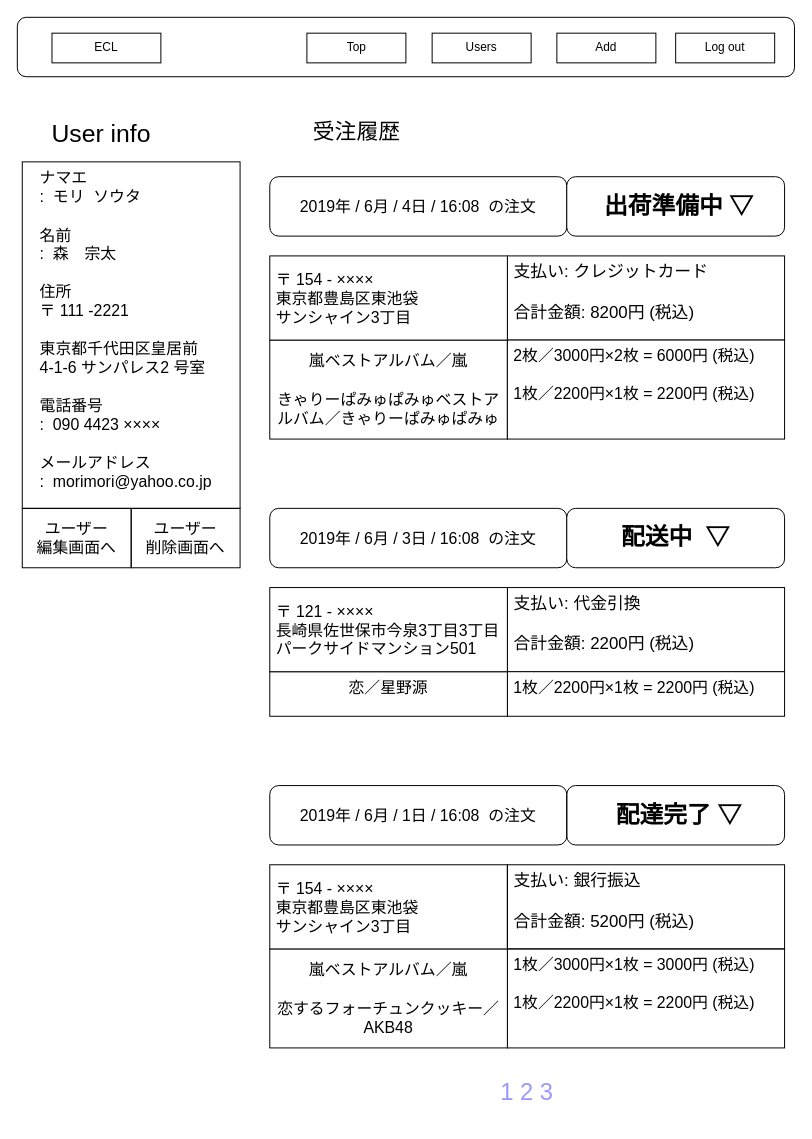
Earlier version of the draw.io diagram ワイヤーフレーム/admin/admin_user_detail.drawio (ecl11/ECL). Source tidied: cells renumbered, new cells numbered last; positions are measured from the earlier drawing's top-left corner, leaving out a move shared by most shapes. Both pictures are drawn from the tidied source at 99%, with x=0, y=0 at pixel (17, 17).
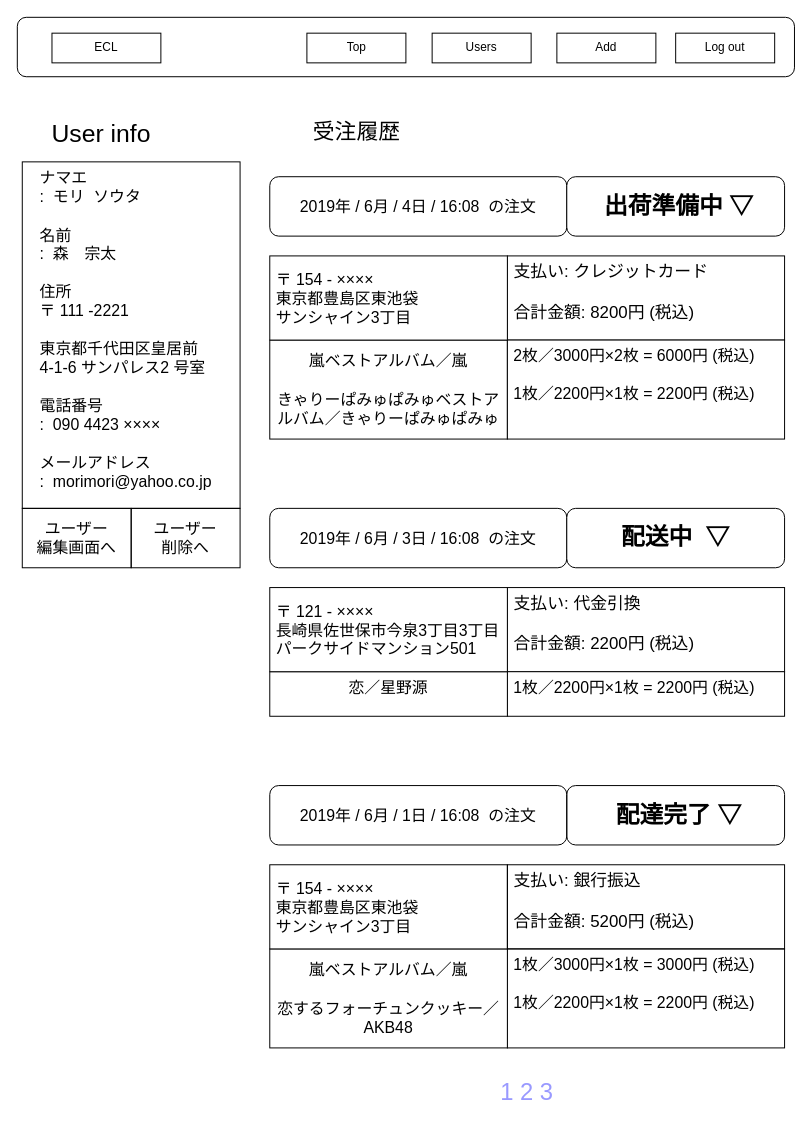
The same page after the edit.

Change to the diagram source:
```diff
@@
-    <mxCell id="17" value="ユーザー&lt;br&gt;削除画面へ&lt;br&gt;" style="rounded=0;whiteSpace=wrap;html=1;strokeColor=#000000;fillColor=none;fontSize=16;" parent="1" vertex="1">
+    <mxCell id="17" value="ユーザー&lt;br&gt;削除へ&lt;br&gt;" style="rounded=0;whiteSpace=wrap;html=1;strokeColor=#000000;fillColor=none;fontSize=16;" parent="1" vertex="1">
       <mxGeometry x="115" y="496" width="110" height="60" as="geometry" />
     </mxCell>
```
